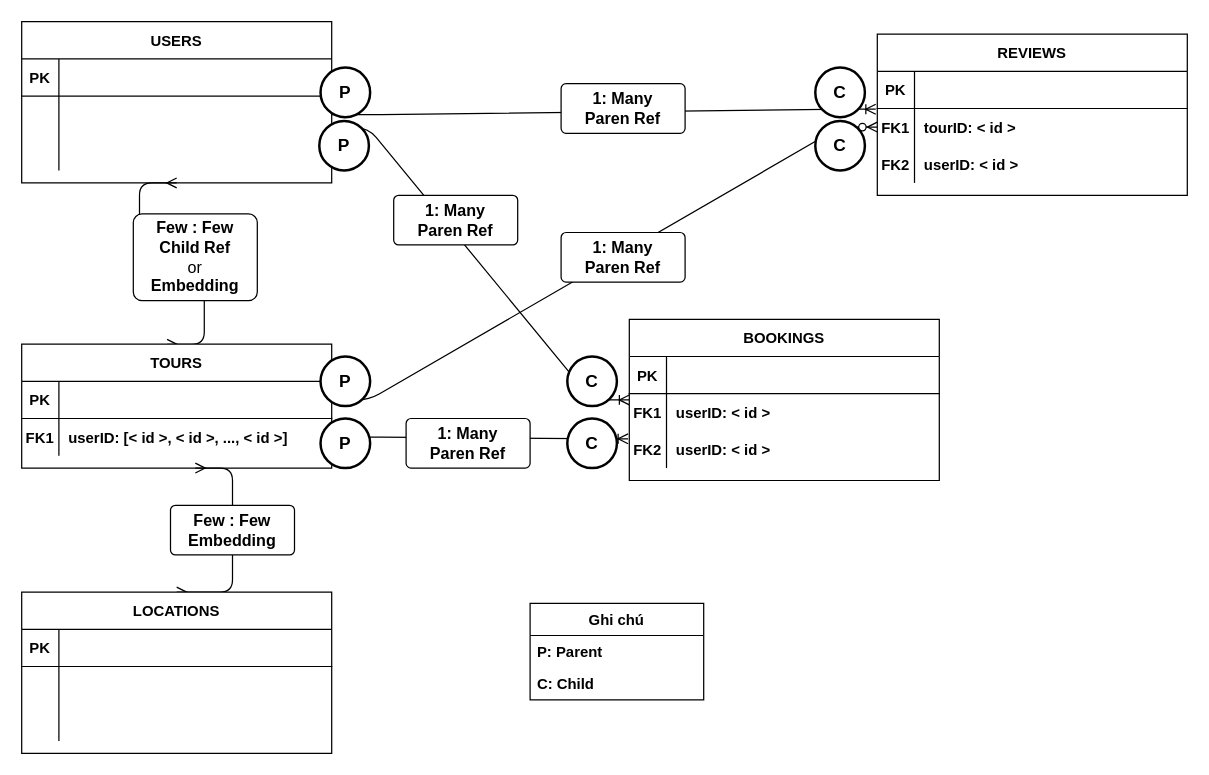
The draw.io diagram Untitled Diagram.drawio in hoanthptvn/document-kien, before the edit. Source tidied: cells renumbered, new cells numbered last; positions are measured from the earlier drawing's top-left corner, leaving out a move shared by most shapes. Both pictures are drawn from the tidied source at 124%, with x=0, y=0 at pixel (21, 21).
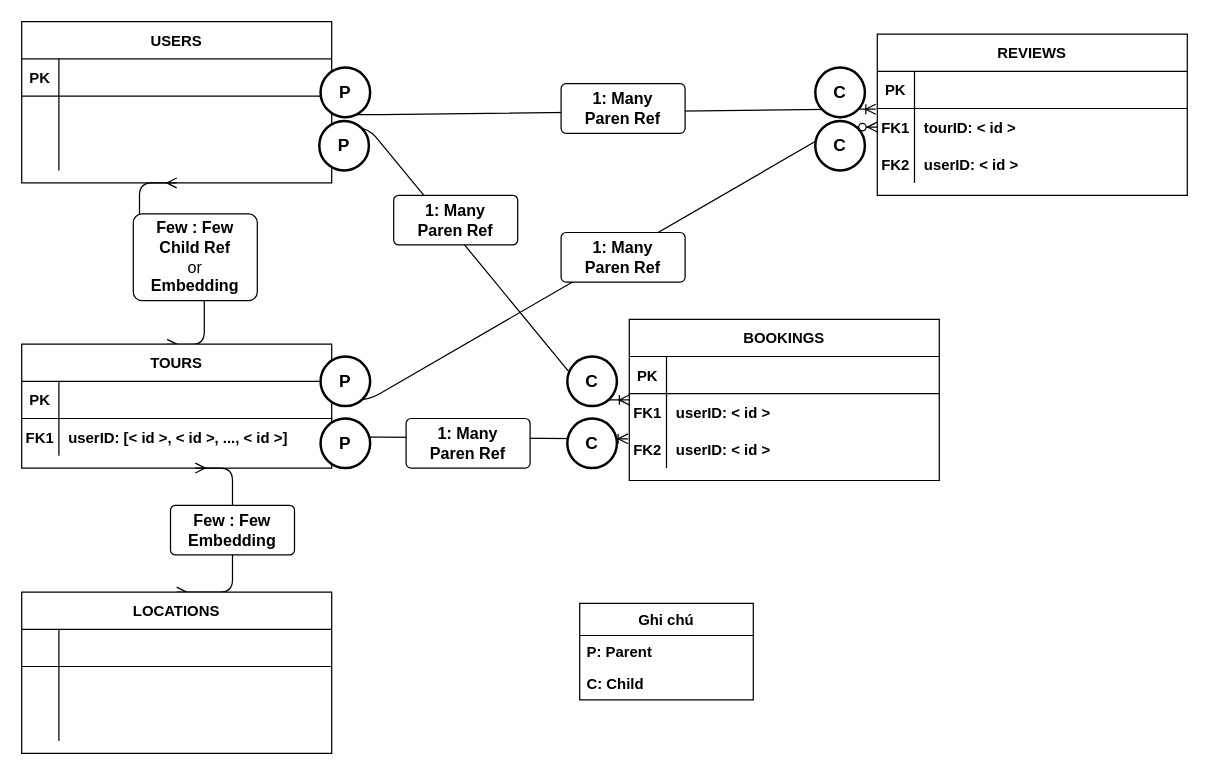
Above is the later version.

The change refers to these unchanged cells:
```xml
<mxCell id="48" style="shape=partialRectangle;fillColor=none;top=0;left=0;right=0;bottom=1;" parent="47" vertex="1">
  <mxGeometry y="30" width="250" height="30" as="geometry" />
</mxCell>
```

Diff of the diagram source:
```diff
@@
-    <mxCell id="49" value="PK" style="shape=partialRectangle;overflow=hidden;fillColor=none;top=0;left=0;bottom=0;right=0;fontStyle=1;" parent="48" vertex="1">
+    <mxCell id="49" style="shape=partialRectangle;overflow=hidden;fillColor=none;top=0;left=0;bottom=0;right=0;fontStyle=1;" parent="48" vertex="1">
       <mxGeometry width="30" height="30" as="geometry" />
     </mxCell>
@@
     <mxCell id="69" value="Ghi chú" style="swimlane;fontStyle=1;horizontal=1;startSize=26;fillColor=none;" parent="1" vertex="1">
-      <mxGeometry x="410" y="469" width="140" height="78" as="geometry" />
+      <mxGeometry x="450" y="469" width="140" height="78" as="geometry" />
     </mxCell>
```
